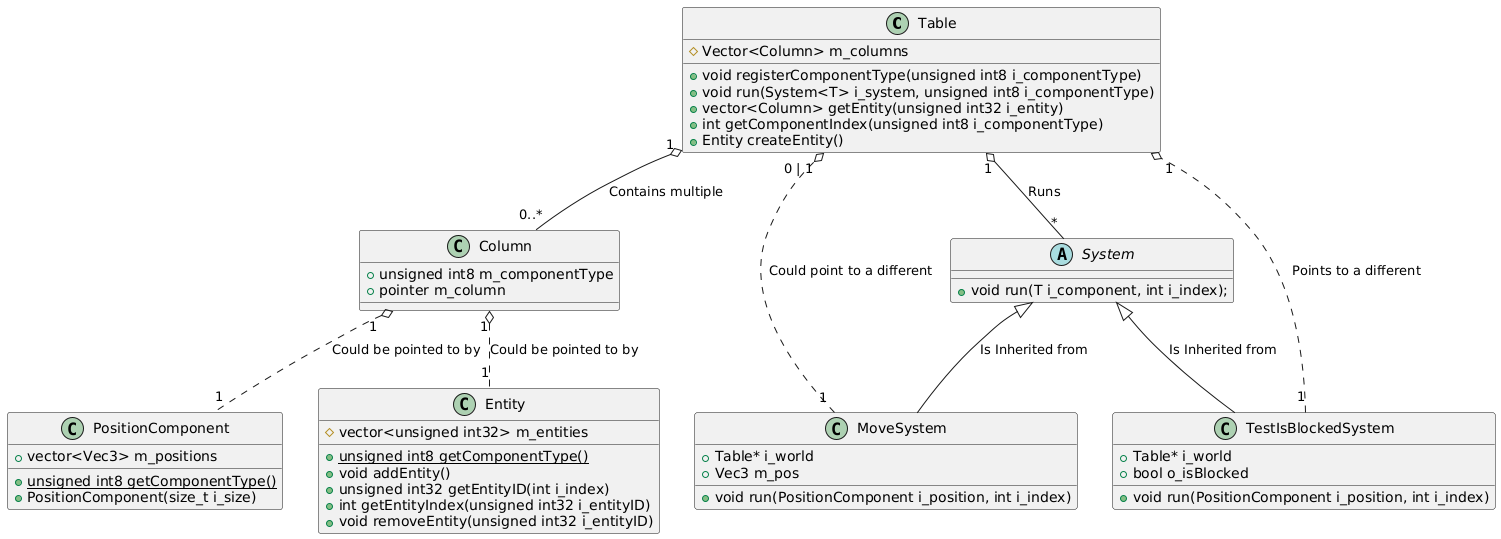
The PlantUML diagram ClassDiagram.png in NCCA/programming-assignment-supersliser, before a commit.
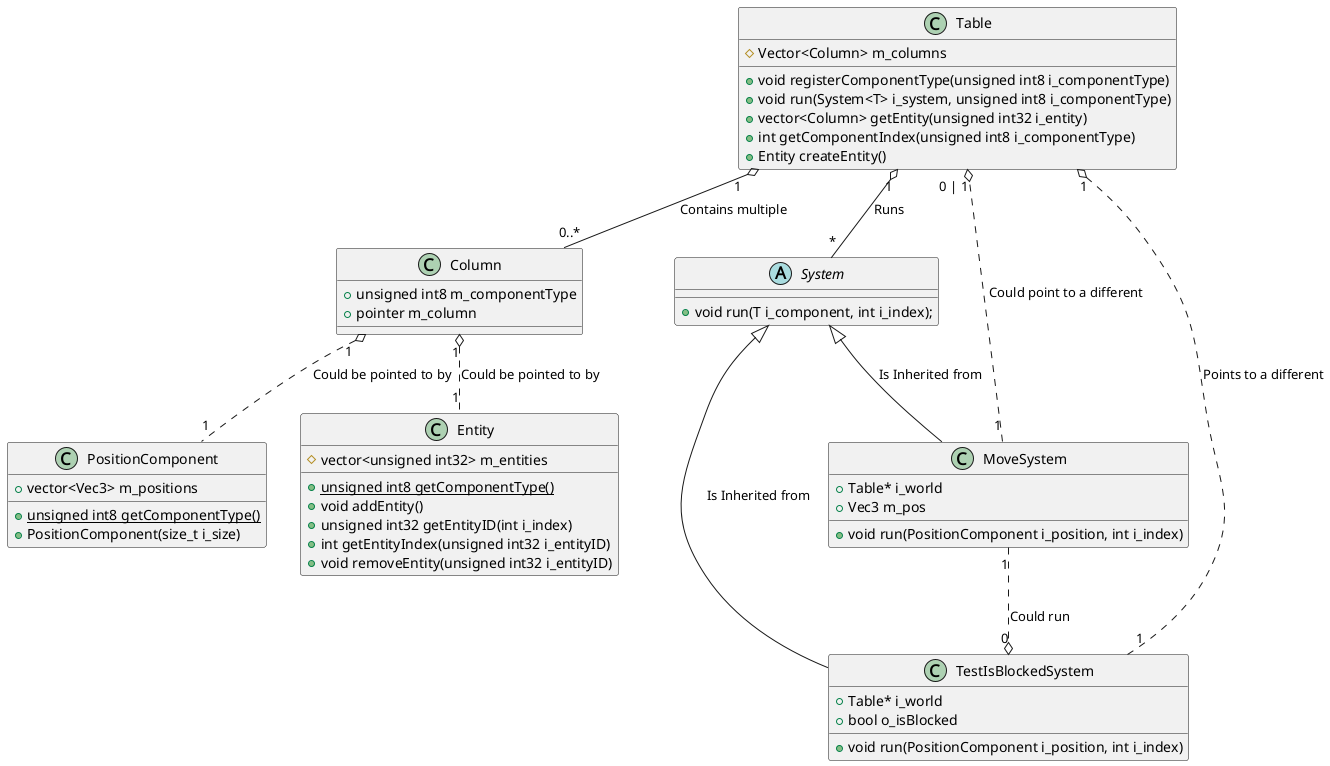
After the commit.

What changed in the source:
```diff
@@ -55,5 +55,6 @@
 System <|-- TestIsBlockedSystem : "Is Inherited from"
 TestIsBlockedSystem "1" ..o "1" Table : "Points to a different"
 MoveSystem "1" ..o "0 | 1" Table : "Could point to a different"
+MoveSystem "1" ..o "0" TestIsBlockedSystem : "Could run"
 
 @enduml
```
